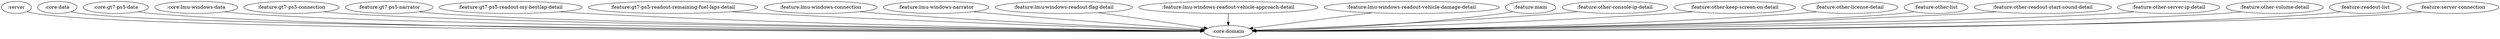
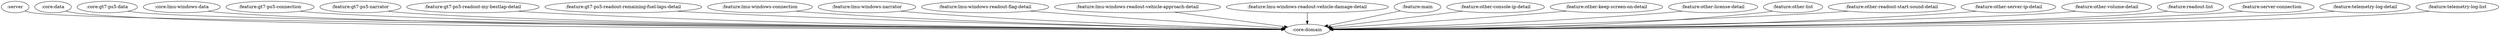
digraph G {
  rankdir=TB
  ":server" -> ":core:domain"
  ":core:data" -> ":core:domain"
  ":core:gt7-ps5-data" -> ":core:domain"
  ":core:lmu-windows-data" -> ":core:domain"
  ":feature:gt7-ps5-connection" -> ":core:domain"
  ":feature:gt7-ps5-narrator" -> ":core:domain"
  ":feature:gt7-ps5-readout-my-bestlap-detail" -> ":core:domain"
  ":feature:gt7-ps5-readout-remaining-fuel-laps-detail" -> ":core:domain"
  ":feature:lmu-windows-connection" -> ":core:domain"
  ":feature:lmu-windows-narrator" -> ":core:domain"
  ":feature:lmu-windows-readout-flag-detail" -> ":core:domain"
  ":feature:lmu-windows-readout-vehicle-approach-detail" -> ":core:domain"
  ":feature:lmu-windows-readout-vehicle-damage-detail" -> ":core:domain"
  ":feature:main" -> ":core:domain"
  ":feature:other-console-ip-detail" -> ":core:domain"
  ":feature:other-keep-screen-on-detail" -> ":core:domain"
  ":feature:other-license-detail" -> ":core:domain"
  ":feature:other-list" -> ":core:domain"
  ":feature:other-readout-start-sound-detail" -> ":core:domain"
  ":feature:other-server-ip-detail" -> ":core:domain"
  ":feature:other-volume-detail" -> ":core:domain"
  ":feature:readout-list" -> ":core:domain"
  ":feature:server-connection" -> ":core:domain"
+   ":feature:telemetry-log-detail" -> ":core:domain"
+   ":feature:telemetry-log-list" -> ":core:domain"
}